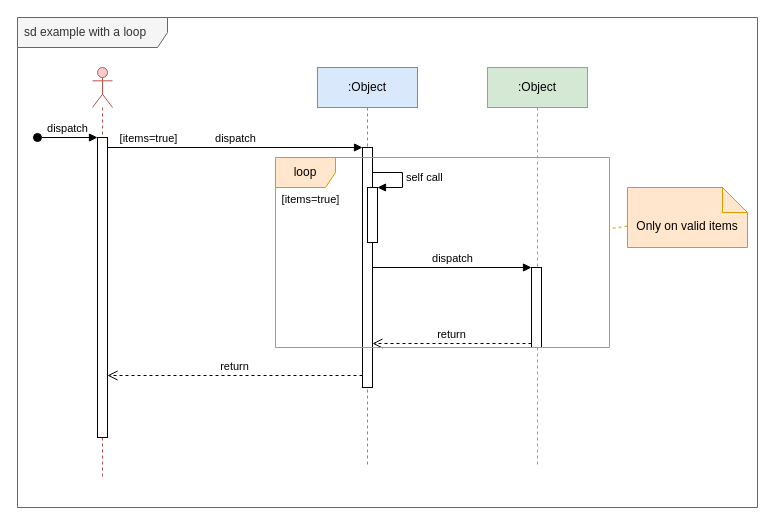
Above: page "With loop" (2 of 2) of SequenceSearch.drawio in LeloKarma/website (draw.io), before the change. Source tidied: cells renumbered, new cells numbered last; positions are measured from the earlier drawing's top-left corner, leaving out a move shared by most shapes. Both pictures are drawn from the tidied source at 100%, with x=0, y=0 at pixel (17, 17).
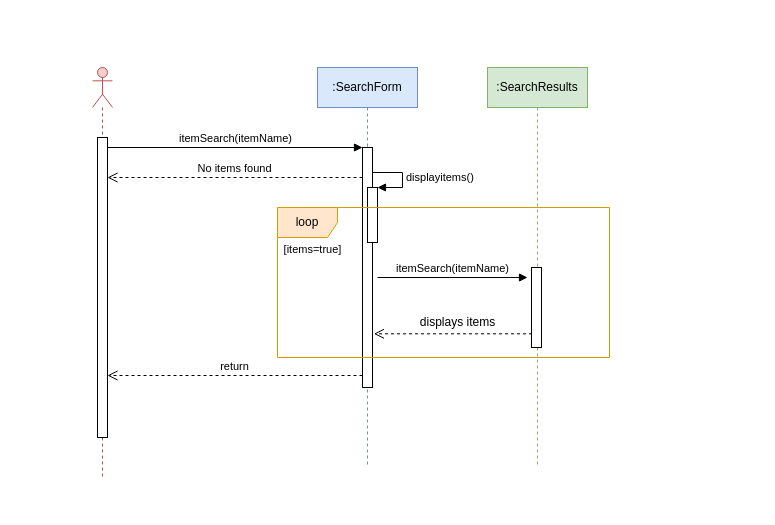
The same diagram, later.

The change refers to these unchanged cells:
```xml
<mxCell id="4" style="html=1;points=[];perimeter=orthogonalPerimeter;" parent="3" vertex="1">
  <mxGeometry x="45" y="80" width="10" height="240" as="geometry" />
</mxCell>
<mxCell id="5" style="html=1;points=[];perimeter=orthogonalPerimeter;" parent="3" vertex="1">
  <mxGeometry x="50" y="120" width="10" height="55" as="geometry" />
</mxCell>
<mxCell id="7" style="shape=umlLifeline;participant=umlActor;perimeter=lifelinePerimeter;whiteSpace=wrap;html=1;verticalAlign=top;spacingTop=36;fillColor=#f8cecc;strokeColor=#b85450;" parent="1" vertex="1">
  <mxGeometry x="75" y="50" width="20" height="410" as="geometry" />
</mxCell>
<mxCell id="8" style="html=1;points=[];perimeter=orthogonalPerimeter;" parent="7" vertex="1">
  <mxGeometry x="5" y="70" width="10" height="300" as="geometry" />
</mxCell>
<mxCell id="14" style="html=1;points=[];perimeter=orthogonalPerimeter;" parent="13" vertex="1">
  <mxGeometry x="44" y="200" width="10" height="80" as="geometry" />
</mxCell>
```

Diff of the diagram source:
```diff
@@
-    <mxCell id="2" value="sd example with a loop" style="shape=umlFrame;whiteSpace=wrap;html=1;width=150;height=30;boundedLbl=1;verticalAlign=middle;align=left;spacingLeft=5;fillColor=#f5f5f5;fontColor=#333333;strokeColor=#666666;" parent="1" vertex="1">
-      <mxGeometry width="740" height="490" as="geometry" />
-    </mxCell>
-    <mxCell id="3" value=":Object" style="shape=umlLifeline;perimeter=lifelinePerimeter;whiteSpace=wrap;html=1;fillColor=#dae8fc;strokeColor=#6c8ebf;" parent="1" vertex="1">
+    <mxCell id="3" value=":SearchForm" style="shape=umlLifeline;perimeter=lifelinePerimeter;whiteSpace=wrap;html=1;fillColor=#dae8fc;strokeColor=#6c8ebf;" parent="1" vertex="1">
       <mxGeometry x="300" y="50" width="100" height="400" as="geometry" />
     </mxCell>
@@
-    <mxCell id="6" value="self call" style="edgeStyle=orthogonalEdgeStyle;html=1;align=left;spacingLeft=2;endArrow=block;rounded=0;entryX=1;entryY=0;" parent="3" edge="1" target="5">
+    <mxCell id="6" value="displayitems()" style="edgeStyle=orthogonalEdgeStyle;html=1;align=left;spacingLeft=2;endArrow=block;rounded=0;entryX=1;entryY=0;" parent="3" edge="1" target="5">
       <mxGeometry relative="1" as="geometry">
         <mxPoint x="55" y="105" as="sourcePoint" />
         <Array as="points">
           <mxPoint x="85" y="105" />
         </Array>
       </mxGeometry>
     </mxCell>
@@
-    <mxCell id="9" value="dispatch" style="html=1;verticalAlign=bottom;startArrow=oval;endArrow=block;startSize=8;rounded=0;" parent="7" edge="1" target="8">
-      <mxGeometry relative="1" as="geometry">
-        <mxPoint x="-55" y="70" as="sourcePoint" />
-      </mxGeometry>
-    </mxCell>
-    <mxCell id="10" value="dispatch" style="html=1;verticalAlign=bottom;endArrow=block;entryX=0;entryY=0;rounded=0;" parent="1" edge="1" source="8" target="4">
+    <mxCell id="10" value="itemSearch(itemName)" style="html=1;verticalAlign=bottom;endArrow=block;entryX=0;entryY=0;rounded=0;" parent="1" edge="1" source="8" target="4">
       <mxGeometry relative="1" as="geometry" />
     </mxCell>
-    <mxCell id="11" value="[items=true]" style="edgeLabel;html=1;align=center;verticalAlign=middle;" parent="10" vertex="1">
-      <mxGeometry x="-0.86" y="2" relative="1" as="geometry">
-        <mxPoint x="22" y="-8" as="offset" />
-      </mxGeometry>
-    </mxCell>
@@
-    <mxCell id="13" value=":Object" style="shape=umlLifeline;perimeter=lifelinePerimeter;whiteSpace=wrap;html=1;fillColor=#d5e8d4;strokeColor=#82b366;" parent="1" vertex="1">
+    <mxCell id="13" value=":SearchResults" style="shape=umlLifeline;perimeter=lifelinePerimeter;whiteSpace=wrap;html=1;fillColor=#d5e8d4;strokeColor=#82b366;" parent="1" vertex="1">
       <mxGeometry x="470" y="50" width="100" height="400" as="geometry" />
     </mxCell>
@@
-    <mxCell id="15" value="dispatch" style="html=1;verticalAlign=bottom;endArrow=block;entryX=0;entryY=0;rounded=0;" parent="1" edge="1" source="4" target="14">
-      <mxGeometry relative="1" as="geometry" />
-    </mxCell>
-    <mxCell id="16" value="return" style="html=1;verticalAlign=bottom;endArrow=open;dashed=1;endSize=8;exitX=0;exitY=0.95;rounded=0;" parent="1" edge="1" source="14" target="4">
-      <mxGeometry relative="1" as="geometry" />
-    </mxCell>
     <mxCell id="17" style="group;" parent="1" vertex="1">
-      <mxGeometry x="258" y="140" width="334" height="190" as="geometry" />
+      <mxGeometry x="260" y="190" width="332" height="150" as="geometry" />
     </mxCell>
     <mxCell id="18" value="loop" style="shape=umlFrame;whiteSpace=wrap;html=1;fillColor=#ffe6cc;strokeColor=#d79b00;" parent="17" vertex="1">
-      <mxGeometry width="334" height="190" as="geometry" />
+      <mxGeometry width="332" height="150" as="geometry" />
     </mxCell>
+    <mxCell id="22" style="html=1;verticalAlign=bottom;endArrow=open;dashed=1;endSize=8;exitX=0;exitY=0.95;rounded=0;" parent="17" edge="1">
+      <mxGeometry relative="1" as="geometry">
+        <mxPoint x="254.5" y="126.3" as="sourcePoint" />
+        <mxPoint x="96.4" y="126.3" as="targetPoint" />
+      </mxGeometry>
+    </mxCell>
+    <mxCell id="23" value="displays items" style="text;html=1;align=center;verticalAlign=middle;strokeColor=none;fillColor=none;" parent="17" vertex="1">
+      <mxGeometry x="130" y="100" width="100" height="30" as="geometry" />
+    </mxCell>
     <mxCell id="19" value="&lt;span style=&quot;font-size: 11px; background-color: rgb(255, 255, 255);&quot;&gt;[items=true]&lt;/span&gt;" style="text;html=1;align=center;verticalAlign=middle;strokeColor=none;fillColor=none;" parent="17" vertex="1">
-      <mxGeometry y="32" width="70" height="20" as="geometry" />
+      <mxGeometry y="31.6" width="70" height="20" as="geometry" />
     </mxCell>
-    <mxCell id="20" style="rounded=0;jettySize=auto;html=1;endArrow=none;endFill=0;dashed=1;fillColor=#ffe6cc;strokeColor=#d79b00;" parent="1" edge="1" source="21" target="18">
-      <mxGeometry relative="1" as="geometry" />
-    </mxCell>
-    <mxCell id="21" value="Only on valid items" style="shape=note2;boundedLbl=1;whiteSpace=wrap;html=1;size=25;verticalAlign=top;align=center;fillColor=#ffe6cc;strokeColor=#d79b00;" parent="1" vertex="1">
-      <mxGeometry x="610" y="170" width="120" height="60" as="geometry" />
-    </mxCell>
+    <mxCell id="24" value="itemSearch(itemName)" style="html=1;verticalAlign=bottom;endArrow=block;rounded=0;" parent="1" edge="1">
+      <mxGeometry relative="1" as="geometry">
+        <mxPoint x="360" y="260" as="sourcePoint" />
+        <mxPoint x="510" y="260" as="targetPoint" />
+      </mxGeometry>
+    </mxCell>
+    <mxCell id="25" value="No items found" style="html=1;verticalAlign=bottom;endArrow=open;dashed=1;endSize=8;exitX=0;exitY=0.95;rounded=0;" parent="1" edge="1">
+      <mxGeometry relative="1" as="geometry">
+        <mxPoint x="345" y="160" as="sourcePoint" />
+        <mxPoint x="90" y="160" as="targetPoint" />
+      </mxGeometry>
+    </mxCell>
```
